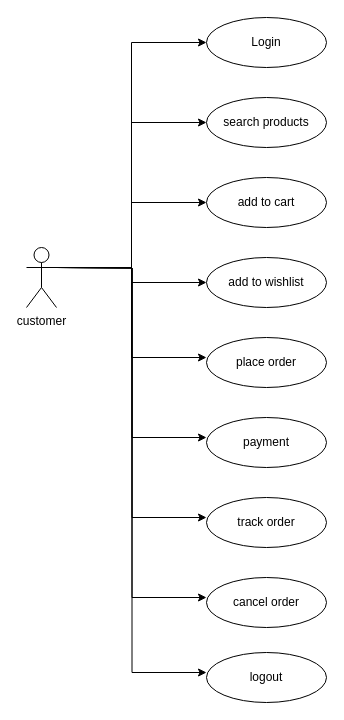
This is page "customer_usecases" (3 of 4) of online_cloth_shopping.drawio from sudopwr/database-course, a draw.io file, before an edit. Source tidied: cells renumbered, new cells numbered last; positions are measured from the earlier drawing's top-left corner, leaving out a move shared by most shapes. Both pictures are drawn from the tidied source at 100%, with x=0, y=0 at pixel (26, 17).
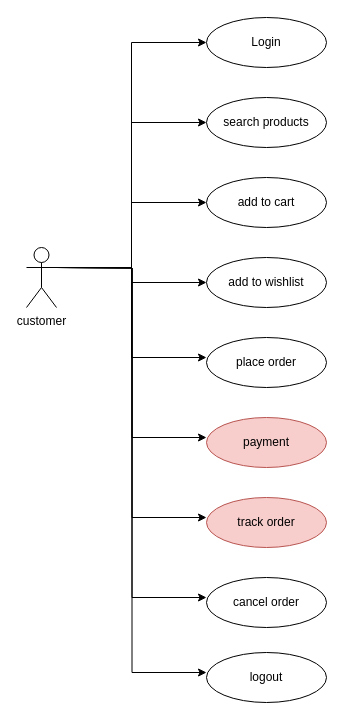
Above is the later version.

Commit message (it also covers changes not shown here):
add order table

Change to the diagram source:
```diff
@@
-    <mxCell id="13" value="payment" style="ellipse;whiteSpace=wrap;html=1;" parent="1" vertex="1">
+    <mxCell id="13" value="payment" style="ellipse;whiteSpace=wrap;html=1;fillColor=#f8cecc;strokeColor=#b85450;" parent="1" vertex="1">
       <mxGeometry x="180" y="400" width="120" height="50" as="geometry" />
     </mxCell>
@@
-    <mxCell id="15" value="track order" style="ellipse;whiteSpace=wrap;html=1;" parent="1" vertex="1">
+    <mxCell id="15" value="track order" style="ellipse;whiteSpace=wrap;html=1;fillColor=#f8cecc;strokeColor=#b85450;" parent="1" vertex="1">
       <mxGeometry x="180" y="480" width="120" height="50" as="geometry" />
     </mxCell>
```
